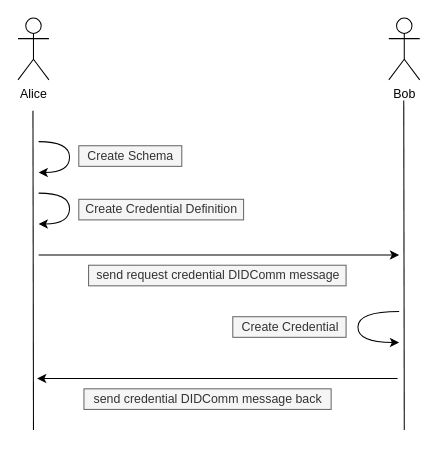
This is page "credential_request" (7 of 13) of flow_diagrams.drawio from evannetwork/tnt-docs, a draw.io file, before an edit. Source tidied: cells renumbered, new cells numbered last; positions are measured from the earlier drawing's top-left corner, leaving out a move shared by most shapes. Both pictures are drawn from the tidied source at 103%, with x=0, y=0 at pixel (18, 18).
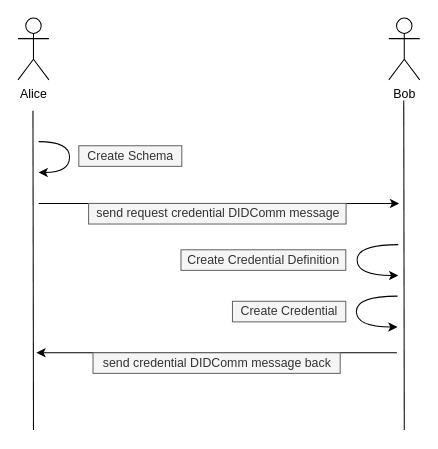
The same page after the edit.

What changed in the source:
```diff
@@
-    <mxCell id="6" style="endArrow=classic;html=1;comic=0;curved=1;" parent="1" edge="1">
-      <mxGeometry relative="1" as="geometry">
-        <mxPoint x="20" y="170" as="sourcePoint" />
-        <mxPoint x="20" y="200" as="targetPoint" />
-        <Array as="points">
-          <mxPoint x="50" y="170" />
-          <mxPoint x="50" y="200" />
-        </Array>
-      </mxGeometry>
-    </mxCell>
     <mxCell id="7" value="Create Credential Definition" style="text;html=1;align=center;verticalAlign=middle;fillColor=#f5f5f5;strokeColor=#666666;fontColor=#333333;" parent="1" vertex="1">
-      <mxGeometry x="59" y="176" width="160" height="20" as="geometry" />
+      <mxGeometry x="158.2" y="225" width="160" height="20" as="geometry" />
     </mxCell>
     <mxCell id="8" value="Create Credential" style="text;html=1;align=center;verticalAlign=middle;fillColor=#f5f5f5;strokeColor=#666666;fontColor=#333333;" parent="1" vertex="1">
-      <mxGeometry x="208.5" y="290" width="110" height="20" as="geometry" />
+      <mxGeometry x="208.2" y="275" width="110" height="20" as="geometry" />
     </mxCell>
@@
     <mxCell id="11" style="endArrow=classic;html=1;" parent="1" edge="1">
       <mxGeometry relative="1" as="geometry">
-        <mxPoint x="20" y="230" as="sourcePoint" />
-        <mxPoint x="370" y="230" as="targetPoint" />
+        <mxPoint x="20" y="180" as="sourcePoint" />
+        <mxPoint x="370" y="180" as="targetPoint" />
       </mxGeometry>
     </mxCell>
     <mxCell id="12" value="send request credential DIDComm message" style="text;html=1;align=center;verticalAlign=middle;fillColor=#f5f5f5;strokeColor=#666666;fontColor=#333333;" parent="1" vertex="1">
-      <mxGeometry x="68.5" y="240" width="250" height="20" as="geometry" />
+      <mxGeometry x="68.5" y="180" width="250" height="20" as="geometry" />
     </mxCell>
     <mxCell id="13" style="endArrow=classic;html=1;comic=0;curved=1;" parent="1" edge="1">
       <mxGeometry relative="1" as="geometry">
-        <mxPoint x="370" y="285" as="sourcePoint" />
-        <mxPoint x="370" y="315" as="targetPoint" />
+        <mxPoint x="368.5" y="270" as="sourcePoint" />
+        <mxPoint x="368.5" y="300" as="targetPoint" />
         <Array as="points">
-          <mxPoint x="330" y="285" />
-          <mxPoint x="330" y="315" />
+          <mxPoint x="328.5" y="270" />
+          <mxPoint x="328.5" y="300" />
         </Array>
       </mxGeometry>
     </mxCell>
     <mxCell id="14" style="endArrow=classic;html=1;" parent="1" edge="1">
       <mxGeometry relative="1" as="geometry">
-        <mxPoint x="368.5" y="350" as="sourcePoint" />
-        <mxPoint x="18.5" y="350" as="targetPoint" />
+        <mxPoint x="367.8" y="325" as="sourcePoint" />
+        <mxPoint x="17.8" y="325" as="targetPoint" />
       </mxGeometry>
     </mxCell>
     <mxCell id="15" value="send credential DIDComm message back" style="text;html=1;align=center;verticalAlign=middle;fillColor=#f5f5f5;strokeColor=#666666;fontColor=#333333;" parent="1" vertex="1">
-      <mxGeometry x="64" y="360" width="240" height="20" as="geometry" />
+      <mxGeometry x="72.8" y="325" width="240" height="20" as="geometry" />
     </mxCell>
+    <mxCell id="16" style="endArrow=classic;html=1;comic=0;curved=1;" parent="1" edge="1">
+      <mxGeometry relative="1" as="geometry">
+        <mxPoint x="369.2" y="220" as="sourcePoint" />
+        <mxPoint x="369.2" y="250" as="targetPoint" />
+        <Array as="points">
+          <mxPoint x="329.2" y="220" />
+          <mxPoint x="329.2" y="250" />
+        </Array>
+      </mxGeometry>
+    </mxCell>
```
